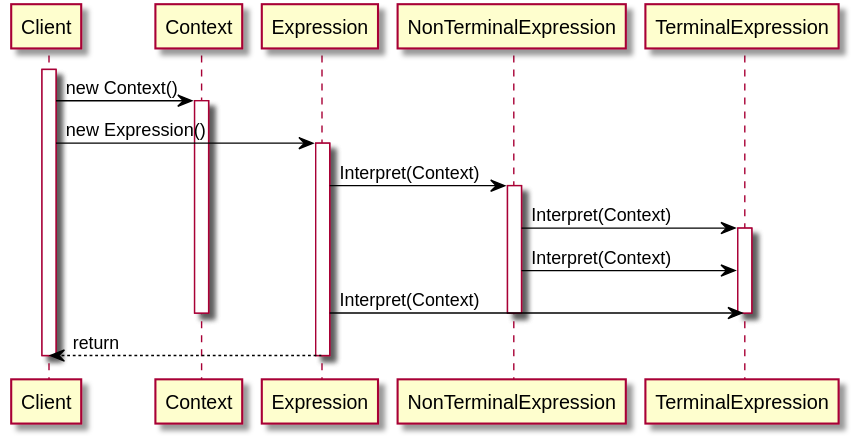
rovany706/design-patterns keeps this PlantUML diagram as Observer/docs/img/Observer_SD.svg. Above is the earlier version. Its diagram source:
```plantuml
@startuml
    skinparam class {
	BackgroundColor White
	ArrowColor Black
	BorderColor Black
    }

    activate Client
    Client -> Context: new Context()
    activate Context

    Client -> Expression: new Expression()
    activate Expression

    Expression -> NonTerminalExpression: Interpret(Context)
    activate NonTerminalExpression
    NonTerminalExpression -> TerminalExpression: Interpret(Context)
    activate TerminalExpression
    NonTerminalExpression -> TerminalExpression: Interpret(Context)
    Expression -> TerminalExpression: Interpret(Context)

    deactivate Context
    deactivate TerminalExpression
    deactivate NonTerminalExpression

    Expression --> Client: return
    deactivate Expression
    deactivate Client
@enduml
```
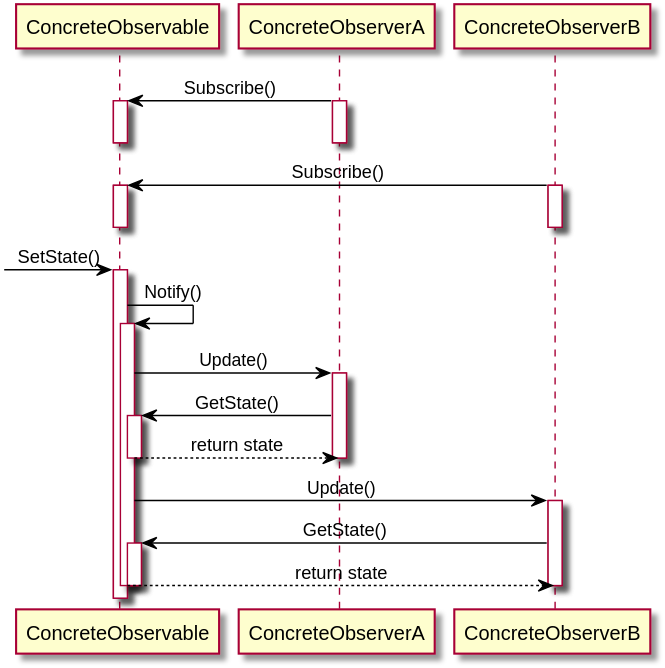
After the commit.

Commit message:
[6] Fix sequence diagram

Diff of the diagram source:
```diff
@@ -4,26 +4,40 @@
 	ArrowColor Black
 	BorderColor Black
     }
+    skinparam sequenceMessageAlign center
 
-    activate Client
-    Client -> Context: new Context()
-    activate Context
+    ConcreteObservable <- ConcreteObserverA: Subscribe()
+    activate ConcreteObservable
+    activate ConcreteObserverA
+    deactivate ConcreteObservable
+    deactivate ConcreteObserverA
 
-    Client -> Expression: new Expression()
-    activate Expression
+    ConcreteObservable <- ConcreteObserverB: Subscribe()
+    activate ConcreteObservable
+    activate ConcreteObserverB
+    deactivate ConcreteObservable
+    deactivate ConcreteObserverB
 
-    Expression -> NonTerminalExpression: Interpret(Context)
-    activate NonTerminalExpression
-    NonTerminalExpression -> TerminalExpression: Interpret(Context)
-    activate TerminalExpression
-    NonTerminalExpression -> TerminalExpression: Interpret(Context)
-    Expression -> TerminalExpression: Interpret(Context)
+    [-> ConcreteObservable: SetState()
+    activate ConcreteObservable
+    ConcreteObservable -> ConcreteObservable: Notify()
+    activate ConcreteObservable
 
-    deactivate Context
-    deactivate TerminalExpression
-    deactivate NonTerminalExpression
+    ConcreteObservable -> ConcreteObserverA: Update()
+    activate ConcreteObserverA
+    ConcreteObserverA -> ConcreteObservable: GetState()
+    activate ConcreteObservable
+    ConcreteObservable --> ConcreteObserverA: return state
+    deactivate ConcreteObservable
+    deactivate ConcreteObserverA
 
-    Expression --> Client: return
-    deactivate Expression
-    deactivate Client
+    ConcreteObservable -> ConcreteObserverB: Update()
+    activate ConcreteObserverB
+    ConcreteObserverB -> ConcreteObservable: GetState()
+    activate ConcreteObservable
+    ConcreteObservable --> ConcreteObserverB: return state
+    deactivate ConcreteObservable
+    deactivate ConcreteObserverB
+
+    deactivate ConcreteObservable
 @enduml
```
